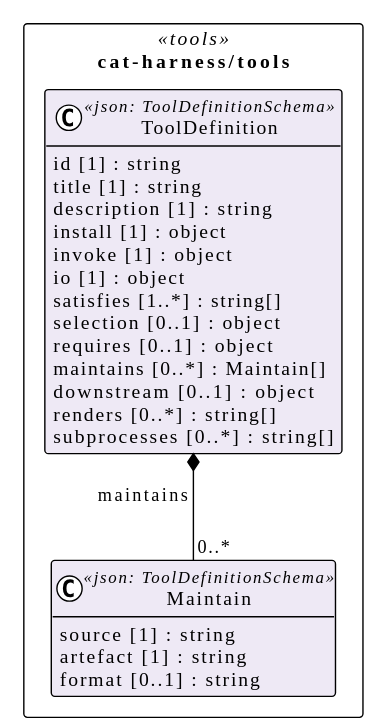
The PlantUML diagram assets/img/uml/overview/cat-harness/tools.svg in litlfred/smart-trust, before a commit.
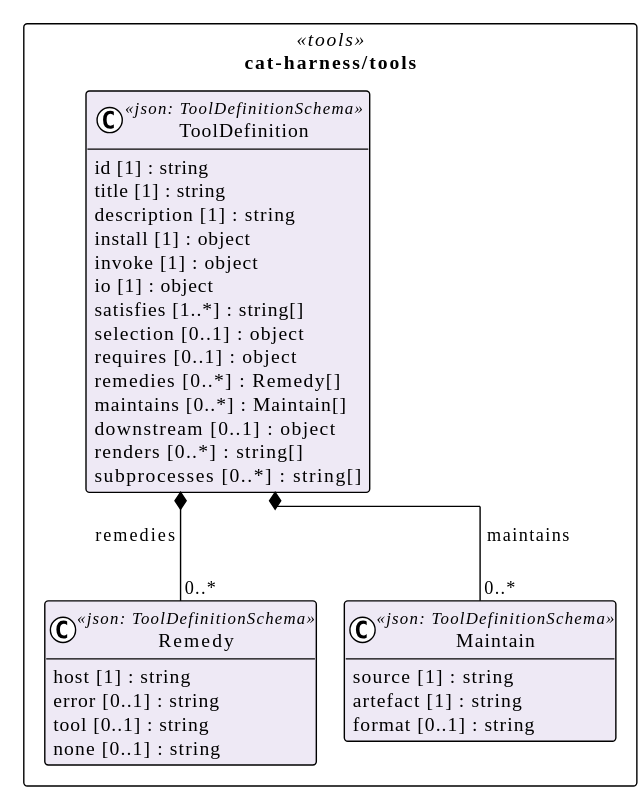
Above is the later version.

The edit, as a diff of the source:
```diff
@@ -7,6 +7,12 @@
 hide empty methods
 
 package "cat-harness/tools" as pkg_cat_harness_tools <<tools>> {
+  class "Remedy" as cat_harness_tools_Remedy <<json: ToolDefinitionSchema>> #eee9f5 {
+    host [1] : string
+    error [0..1] : string
+    tool [0..1] : string
+    none [0..1] : string
+  }
   class "Maintain" as cat_harness_tools_Maintain <<json: ToolDefinitionSchema>> #eee9f5 {
     source [1] : string
     artefact [1] : string
@@ -22,6 +28,7 @@
     satisfies [1..*] : string[]
     selection [0..1] : object
     requires [0..1] : object
+    remedies [0..*] : Remedy[]
     maintains [0..*] : Maintain[]
     downstream [0..1] : object
     renders [0..*] : string[]
@@ -29,5 +36,6 @@
   }
 }
 
+cat_harness_tools_ToolDefinition *-- "0..*" cat_harness_tools_Remedy : remedies
 cat_harness_tools_ToolDefinition *-- "0..*" cat_harness_tools_Maintain : maintains
 @enduml
```
